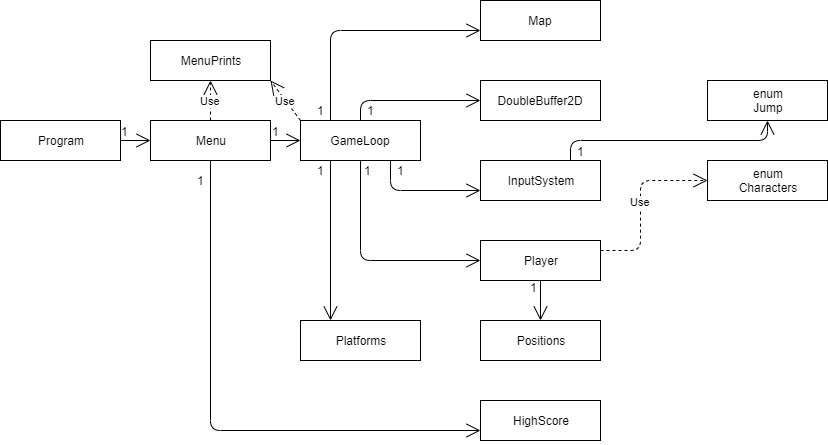
StarryNight00/lp2_project2 keeps this draw.io diagram as uml_proj2.png. Above is the earlier version. Source tidied: cells renumbered, new cells last; positions are measured from the earlier drawing's top-left corner, leaving out a move shared by most shapes.
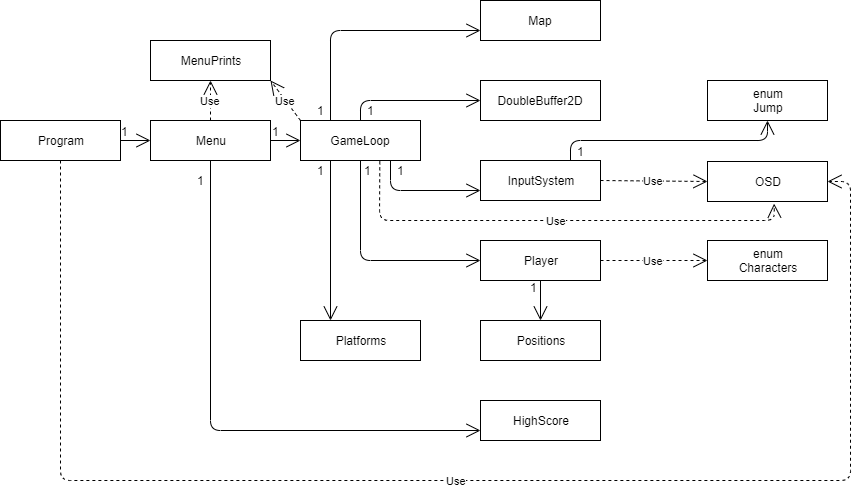
Later version of the same file.

The edit, as a diff of the source:
```diff
@@ -122,7 +122,7 @@
       <mxGeometry x="570" y="141" width="20" height="20" as="geometry" />
     </mxCell>
     <mxCell id="33" value="enum&lt;br&gt;Characters" style="rounded=0;whiteSpace=wrap;html=1;" parent="1" vertex="1">
-      <mxGeometry x="707" y="160" width="120" height="40" as="geometry" />
+      <mxGeometry x="707" y="240" width="120" height="40" as="geometry" />
     </mxCell>
     <mxCell id="34" value="MenuPrints" style="rounded=0;whiteSpace=wrap;html=1;" parent="1" vertex="1">
       <mxGeometry x="150" y="40" width="120" height="40" as="geometry" />
@@ -133,13 +133,31 @@
     <mxCell id="36" value="Use" style="endArrow=open;endSize=12;dashed=1;html=1;exitX=0;exitY=0;exitDx=0;exitDy=0;entryX=1;entryY=1;entryDx=0;entryDy=0;" parent="1" edge="1" source="2" target="34">
       <mxGeometry relative="1" as="geometry" />
     </mxCell>
-    <mxCell id="37" value="Use" style="endArrow=open;endSize=12;dashed=1;html=1;exitX=1;exitY=0.25;exitDx=0;exitDy=0;entryX=0;entryY=0.5;entryDx=0;entryDy=0;" parent="1" edge="1" source="8" target="33">
-      <mxGeometry relative="1" as="geometry">
-        <Array as="points">
-          <mxPoint x="640" y="250" />
-          <mxPoint x="640" y="180" />
-        </Array>
-      </mxGeometry>
+    <mxCell id="37" value="Use" style="endArrow=open;endSize=12;dashed=1;html=1;exitX=1;exitY=0.5;exitDx=0;exitDy=0;entryX=0;entryY=0.5;entryDx=0;entryDy=0;" parent="1" edge="1" source="8" target="33">
+      <mxGeometry relative="1" as="geometry" />
     </mxCell>
+    <mxCell id="38" value="OSD" style="rounded=0;whiteSpace=wrap;html=1;" parent="1" vertex="1">
+      <mxGeometry x="707" y="161" width="120" height="40" as="geometry" />
+    </mxCell>
+    <mxCell id="39" value="Use" style="endArrow=open;endSize=12;dashed=1;html=1;exitX=1;exitY=0.5;exitDx=0;exitDy=0;entryX=0;entryY=0.5;entryDx=0;entryDy=0;" parent="1" edge="1" source="5" target="38">
+      <mxGeometry relative="1" as="geometry" />
+    </mxCell>
+    <mxCell id="40" value="Use" style="endArrow=open;endSize=12;dashed=1;html=1;exitX=0.661;exitY=1.021;exitDx=0;exitDy=0;exitPerimeter=0;entryX=0.555;entryY=1.054;entryDx=0;entryDy=0;entryPerimeter=0;" parent="1" edge="1" source="2" target="38">
+      <mxGeometry relative="1" as="geometry">
+        <Array as="points">
+          <mxPoint x="379" y="220" />
+          <mxPoint x="774" y="220" />
+        </Array>
+      </mxGeometry>
+    </mxCell>
+    <mxCell id="41" value="Use" style="endArrow=open;endSize=12;dashed=1;html=1;exitX=0.5;exitY=1;exitDx=0;exitDy=0;entryX=1;entryY=0.5;entryDx=0;entryDy=0;" parent="1" edge="1" source="3" target="38">
+      <mxGeometry relative="1" as="geometry">
+        <Array as="points">
+          <mxPoint x="60" y="480" />
+          <mxPoint x="850" y="480" />
+          <mxPoint x="850" y="181" />
+        </Array>
+      </mxGeometry>
+    </mxCell>
   </root>
 </mxGraphModel>
```
